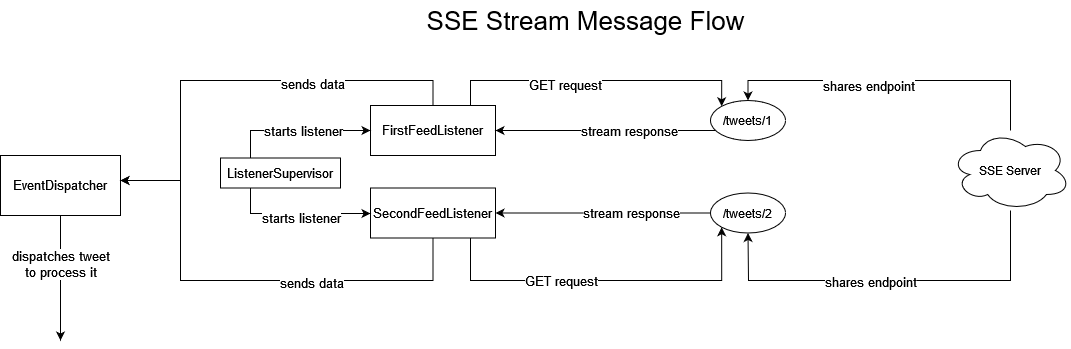
Before: docs/assets/sse_flow_diagram.png, a diagram exported from draw.io (dcambur/rtp_tweet_processor). Source tidied: cells renumbered, new cells last; positions are measured from the earlier drawing's top-left corner, leaving out a move shared by most shapes.
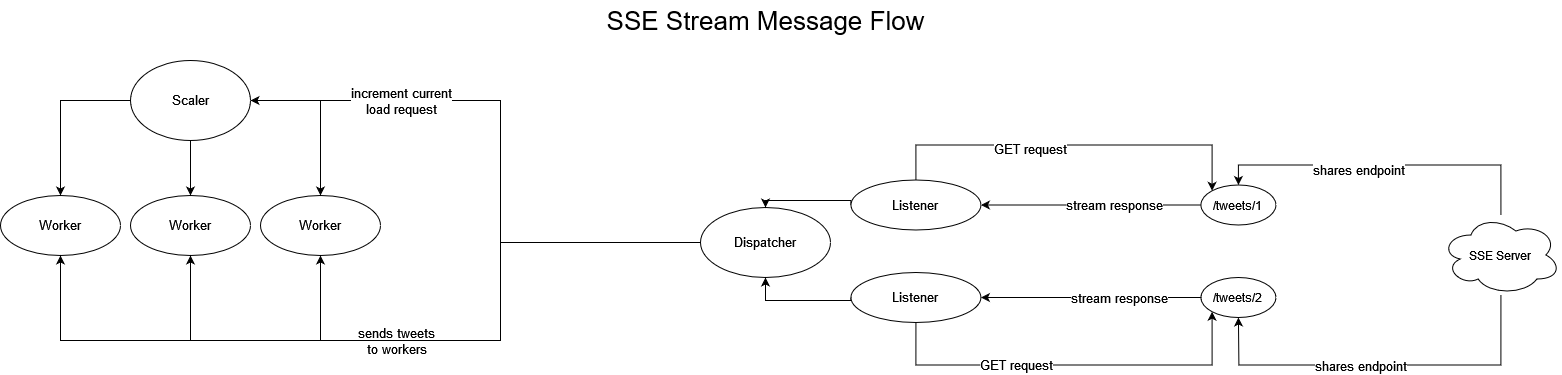
Above is the later version.

Commit message:
third version of the tree and message flow diagrams

Diff of the diagram source:
```diff
@@ -2,18 +2,15 @@
   <root>
     <mxCell id="0" />
     <mxCell id="1" parent="0" />
-    <mxCell id="2" style="edgeStyle=orthogonalEdgeStyle;rounded=0;jettySize=auto;html=1;fontSize=13;" parent="1" edge="1" source="15" target="12">
-      <mxGeometry relative="1" as="geometry">
-        <Array as="points">
-          <mxPoint x="433" y="80" />
-          <mxPoint x="180" y="80" />
-          <mxPoint x="180" y="180" />
-        </Array>
-      </mxGeometry>
-    </mxCell>
-    <mxCell id="3" value="sends data " style="edgeLabel;html=1;align=center;verticalAlign=middle;fontSize=13;" parent="2" vertex="1">
-      <mxGeometry x="-0.33" y="3" relative="1" as="geometry" />
-    </mxCell>
+    <mxCell id="32" value="Worker" style="ellipse;whiteSpace=wrap;html=1;fontSize=13;rounded=0;" parent="1" vertex="1">
+      <mxGeometry x="-490.4" y="110.5" width="120" height="60" as="geometry" />
+    </mxCell>
+    <mxCell id="33" value="Worker" style="ellipse;whiteSpace=wrap;html=1;fontSize=13;rounded=0;" parent="1" vertex="1">
+      <mxGeometry x="-230.4" y="110.5" width="120" height="60" as="geometry" />
+    </mxCell>
+    <mxCell id="34" value="Worker" style="ellipse;whiteSpace=wrap;html=1;fontSize=13;rounded=0;" parent="1" vertex="1">
+      <mxGeometry x="-360.4" y="110.5" width="120" height="60" as="geometry" />
+    </mxCell>
     <mxCell id="4" style="edgeStyle=orthogonalEdgeStyle;rounded=0;jettySize=auto;html=1;fontSize=13;" parent="1" edge="1" source="8" target="18">
       <mxGeometry relative="1" as="geometry">
         <Array as="points">
@@ -22,9 +19,9 @@
         </Array>
       </mxGeometry>
     </mxCell>
-    <mxCell id="5" value="shares endpoint" style="edgeLabel;html=1;align=center;verticalAlign=middle;fontSize=13;" parent="4" vertex="1">
-      <mxGeometry x="0.16" y="5" relative="1" as="geometry" />
-    </mxCell>
+    <mxCell id="35" value="shares endpoint" style="edgeLabel;html=1;align=center;verticalAlign=middle;fontSize=13;" parent="4" vertex="1">
+      <mxGeometry x="0.16" y="5" relative="1" as="geometry" />
+    </mxCell>
     <mxCell id="6" style="edgeStyle=orthogonalEdgeStyle;rounded=0;jettySize=auto;html=1;fontSize=13;" parent="1" edge="1" source="8" target="26">
       <mxGeometry relative="1" as="geometry">
         <Array as="points">
@@ -33,128 +30,132 @@
         </Array>
       </mxGeometry>
     </mxCell>
-    <mxCell id="7" value="shares endpoint" style="edgeLabel;html=1;align=center;verticalAlign=middle;fontSize=13;" parent="6" vertex="1">
-      <mxGeometry x="0.11" y="1" relative="1" as="geometry" />
-    </mxCell>
+    <mxCell id="36" value="shares endpoint" style="edgeLabel;html=1;align=center;verticalAlign=middle;fontSize=13;" parent="6" vertex="1">
+      <mxGeometry x="0.11" y="1" relative="1" as="geometry" />
+    </mxCell>
     <mxCell id="8" value="SSE Server" style="ellipse;shape=cloud;whiteSpace=wrap;html=1;" parent="1" vertex="1">
       <mxGeometry x="950" y="130" width="120" height="80" as="geometry" />
     </mxCell>
     <mxCell id="9" value="SSE Stream Message Flow" style="text;html=1;align=center;verticalAlign=middle;strokeColor=none;fillColor=none;fontSize=26;" parent="1" vertex="1">
-      <mxGeometry x="420" width="330" height="40" as="geometry" />
+      <mxGeometry x="109.6" y="-84.5" width="330" height="40" as="geometry" />
     </mxCell>
-    <mxCell id="10" style="edgeStyle=orthogonalEdgeStyle;rounded=0;jettySize=auto;html=1;fontSize=13;" parent="1" edge="1" source="12">
-      <mxGeometry relative="1" as="geometry">
-        <mxPoint x="60" y="340" as="targetPoint" />
-      </mxGeometry>
-    </mxCell>
-    <mxCell id="11" value="&lt;div&gt;dispatches tweet &lt;br&gt;&lt;/div&gt;&lt;div&gt;to process it&lt;/div&gt;" style="edgeLabel;html=1;align=center;verticalAlign=middle;fontSize=13;" parent="10" vertex="1">
-      <mxGeometry x="-0.23" y="-1" relative="1" as="geometry" />
-    </mxCell>
-    <mxCell id="12" value="&lt;font style=&quot;font-size: 13px;&quot;&gt;EventDispatcher&lt;/font&gt;" style="rounded=0;whiteSpace=wrap;html=1;fontSize=13;" parent="1" vertex="1">
-      <mxGeometry y="155" width="120" height="60" as="geometry" />
-    </mxCell>
-    <mxCell id="13" style="edgeStyle=orthogonalEdgeStyle;rounded=0;jettySize=auto;html=1;entryX=0;entryY=0;entryDx=0;entryDy=0;fontSize=13;" parent="1" edge="1" source="15" target="18">
-      <mxGeometry relative="1" as="geometry">
-        <Array as="points">
-          <mxPoint x="470" y="80" />
-          <mxPoint x="721" y="80" />
-        </Array>
-      </mxGeometry>
-    </mxCell>
+    <mxCell id="37" style="edgeStyle=orthogonalEdgeStyle;rounded=0;jettySize=auto;html=1;fontSize=13;" parent="1" edge="1" target="34">
+      <mxGeometry relative="1" as="geometry">
+        <mxPoint x="-0.4" y="255.5" as="sourcePoint" />
+      </mxGeometry>
+    </mxCell>
+    <mxCell id="38" value="sends tweets &lt;br&gt;to workers" style="edgeLabel;html=1;align=center;verticalAlign=middle;fontSize=13;" parent="37" vertex="1">
+      <mxGeometry x="-0.23" y="-1" relative="1" as="geometry">
+        <mxPoint x="54" y="1" as="offset" />
+      </mxGeometry>
+    </mxCell>
+    <mxCell id="39" style="edgeStyle=orthogonalEdgeStyle;rounded=0;jettySize=auto;html=1;fontSize=13;" parent="1" edge="1" target="33">
+      <mxGeometry relative="1" as="geometry">
+        <mxPoint x="-0.4" y="255.5" as="sourcePoint" />
+      </mxGeometry>
+    </mxCell>
+    <mxCell id="40" style="edgeStyle=orthogonalEdgeStyle;rounded=0;jettySize=auto;html=1;fontSize=13;exitX=0;exitY=0.5;exitDx=0;exitDy=0;" parent="1" edge="1" source="49" target="32">
+      <mxGeometry relative="1" as="geometry">
+        <Array as="points">
+          <mxPoint x="9.6" y="255.5" />
+          <mxPoint x="-430.4" y="255.5" />
+        </Array>
+      </mxGeometry>
+    </mxCell>
+    <mxCell id="41" style="edgeStyle=orthogonalEdgeStyle;rounded=0;jettySize=auto;html=1;entryX=0;entryY=0;entryDx=0;entryDy=0;fontSize=13;exitX=0.5;exitY=0;exitDx=0;exitDy=0;" parent="1" edge="1" source="51" target="18">
+      <mxGeometry relative="1" as="geometry">
+        <Array as="points">
+          <mxPoint x="425" y="60" />
+          <mxPoint x="721" y="60" />
+        </Array>
+      </mxGeometry>
+    </mxCell>
-    <mxCell id="14" value="GET request" style="edgeLabel;html=1;align=center;verticalAlign=middle;fontSize=13;" parent="13" vertex="1">
+    <mxCell id="14" value="GET request" style="edgeLabel;html=1;align=center;verticalAlign=middle;fontSize=13;" parent="41" vertex="1">
       <mxGeometry x="-0.21" y="-4" relative="1" as="geometry" />
     </mxCell>
-    <mxCell id="15" value="FirstFeedListener" style="whiteSpace=wrap;html=1;fontSize=13;rounded=0;" parent="1" vertex="1">
-      <mxGeometry x="370" y="105" width="125" height="50" as="geometry" />
-    </mxCell>
-    <mxCell id="16" style="edgeStyle=orthogonalEdgeStyle;rounded=0;jettySize=auto;html=1;fontSize=13;" parent="1" edge="1" source="18" target="15">
-      <mxGeometry relative="1" as="geometry">
-        <Array as="points">
-          <mxPoint x="570" y="130" />
-          <mxPoint x="570" y="130" />
-        </Array>
-      </mxGeometry>
-    </mxCell>
-    <mxCell id="17" value="stream response" style="edgeLabel;html=1;align=center;verticalAlign=middle;fontSize=13;" parent="16" vertex="1">
-      <mxGeometry x="-0.21" y="2" relative="1" as="geometry">
-        <mxPoint y="-2" as="offset" />
-      </mxGeometry>
-    </mxCell>
+    <mxCell id="42" style="edgeStyle=orthogonalEdgeStyle;rounded=0;jettySize=auto;html=1;fontSize=13;" parent="1" edge="1" source="18" target="51">
+      <mxGeometry relative="1" as="geometry" />
+    </mxCell>
+    <mxCell id="43" value="stream response" style="edgeLabel;html=1;align=center;verticalAlign=middle;fontSize=13;" parent="42" vertex="1">
+      <mxGeometry x="-0.21" y="2" relative="1" as="geometry">
+        <mxPoint y="-2" as="offset" />
+      </mxGeometry>
+    </mxCell>
     <mxCell id="18" value="/tweets/1" style="ellipse;whiteSpace=wrap;html=1;" parent="1" vertex="1">
       <mxGeometry x="710" y="100" width="75" height="40" as="geometry" />
     </mxCell>
-    <mxCell id="19" style="edgeStyle=orthogonalEdgeStyle;rounded=0;jettySize=auto;html=1;fontSize=13;" parent="1" edge="1" source="23" target="12">
-      <mxGeometry relative="1" as="geometry">
-        <Array as="points">
-          <mxPoint x="433" y="280" />
-          <mxPoint x="180" y="280" />
-          <mxPoint x="180" y="180" />
-        </Array>
-      </mxGeometry>
-    </mxCell>
-    <mxCell id="20" value="sends data" style="edgeLabel;html=1;align=center;verticalAlign=middle;fontSize=13;" parent="19" vertex="1">
-      <mxGeometry x="0.06" y="2" relative="1" as="geometry">
-        <mxPoint x="75" as="offset" />
-      </mxGeometry>
-    </mxCell>
-    <mxCell id="21" style="edgeStyle=orthogonalEdgeStyle;rounded=0;jettySize=auto;html=1;entryX=0;entryY=1;entryDx=0;entryDy=0;fontSize=13;" parent="1" edge="1" source="23" target="26">
-      <mxGeometry relative="1" as="geometry">
-        <Array as="points">
-          <mxPoint x="470" y="280" />
-          <mxPoint x="721" y="280" />
-        </Array>
-      </mxGeometry>
-    </mxCell>
+    <mxCell id="44" style="edgeStyle=orthogonalEdgeStyle;rounded=0;jettySize=auto;html=1;entryX=0;entryY=1;entryDx=0;entryDy=0;fontSize=13;exitX=0.5;exitY=1;exitDx=0;exitDy=0;" parent="1" edge="1" source="53" target="26">
+      <mxGeometry relative="1" as="geometry">
+        <Array as="points">
+          <mxPoint x="425" y="280" />
+          <mxPoint x="721" y="280" />
+        </Array>
+      </mxGeometry>
+    </mxCell>
-    <mxCell id="22" value="&lt;div&gt;GET request&lt;/div&gt;" style="edgeLabel;html=1;align=center;verticalAlign=middle;fontSize=13;" parent="21" vertex="1">
+    <mxCell id="22" value="&lt;div&gt;GET request&lt;/div&gt;" style="edgeLabel;html=1;align=center;verticalAlign=middle;fontSize=13;" parent="44" vertex="1">
       <mxGeometry x="-0.55" y="-5" relative="1" as="geometry">
         <mxPoint x="54" y="-5" as="offset" />
       </mxGeometry>
     </mxCell>
-    <mxCell id="23" value="SecondFeedListener" style="whiteSpace=wrap;html=1;fontSize=13;rounded=0;" parent="1" vertex="1">
-      <mxGeometry x="370" y="187.5" width="125" height="50" as="geometry" />
-    </mxCell>
-    <mxCell id="24" style="edgeStyle=orthogonalEdgeStyle;rounded=0;jettySize=auto;html=1;fontSize=13;" parent="1" edge="1" source="26" target="23">
-      <mxGeometry relative="1" as="geometry">
-        <Array as="points">
-          <mxPoint x="538" y="213" />
-          <mxPoint x="538" y="213" />
-        </Array>
-      </mxGeometry>
-    </mxCell>
-    <mxCell id="25" value="stream response" style="edgeLabel;html=1;align=center;verticalAlign=middle;fontSize=13;" parent="24" vertex="1">
-      <mxGeometry x="-0.21" relative="1" as="geometry">
-        <mxPoint x="5" as="offset" />
-      </mxGeometry>
-    </mxCell>
+    <mxCell id="45" style="edgeStyle=orthogonalEdgeStyle;rounded=0;jettySize=auto;html=1;fontSize=13;entryX=1;entryY=0.5;entryDx=0;entryDy=0;" parent="1" edge="1" source="26" target="53">
+      <mxGeometry relative="1" as="geometry" />
+    </mxCell>
+    <mxCell id="46" value="stream response" style="edgeLabel;html=1;align=center;verticalAlign=middle;fontSize=13;" parent="45" vertex="1">
+      <mxGeometry x="-0.21" relative="1" as="geometry">
+        <mxPoint x="5" as="offset" />
+      </mxGeometry>
+    </mxCell>
     <mxCell id="26" value="/tweets/2" style="ellipse;whiteSpace=wrap;html=1;" parent="1" vertex="1">
       <mxGeometry x="710" y="192.5" width="75" height="40" as="geometry" />
     </mxCell>
-    <mxCell id="27" style="edgeStyle=orthogonalEdgeStyle;rounded=0;jettySize=auto;html=1;entryX=0;entryY=0.5;entryDx=0;entryDy=0;fontSize=13;" parent="1" edge="1" source="31" target="15">
-      <mxGeometry relative="1" as="geometry">
-        <Array as="points">
-          <mxPoint x="250" y="130" />
-        </Array>
-      </mxGeometry>
-    </mxCell>
-    <mxCell id="28" value="starts listener" style="edgeLabel;html=1;align=center;verticalAlign=middle;fontSize=13;" parent="27" vertex="1">
-      <mxGeometry x="-0.06" y="-2" relative="1" as="geometry">
-        <mxPoint x="11" y="-2" as="offset" />
-      </mxGeometry>
-    </mxCell>
-    <mxCell id="29" style="edgeStyle=orthogonalEdgeStyle;rounded=0;jettySize=auto;html=1;fontSize=13;" parent="1" edge="1" source="31" target="23">
-      <mxGeometry relative="1" as="geometry">
-        <Array as="points">
-          <mxPoint x="250" y="213" />
-        </Array>
-      </mxGeometry>
-    </mxCell>
-    <mxCell id="30" value="starts listener" style="edgeLabel;html=1;align=center;verticalAlign=middle;fontSize=13;" parent="29" vertex="1">
-      <mxGeometry x="-0.21" y="-4" relative="1" as="geometry">
-        <mxPoint x="19" as="offset" />
-      </mxGeometry>
-    </mxCell>
-    <mxCell id="31" value="ListenerSupervisor" style="rounded=0;whiteSpace=wrap;html=1;fontSize=13;" parent="1" vertex="1">
-      <mxGeometry x="220" y="157.5" width="120" height="30" as="geometry" />
-    </mxCell>
+    <mxCell id="47" style="edgeStyle=orthogonalEdgeStyle;rounded=0;jettySize=auto;html=1;entryX=1;entryY=0.5;entryDx=0;entryDy=0;fontSize=13;exitX=0;exitY=0.5;exitDx=0;exitDy=0;" parent="1" edge="1" source="49" target="57">
+      <mxGeometry relative="1" as="geometry">
+        <Array as="points">
+          <mxPoint x="9.6" y="15.5" />
+        </Array>
+      </mxGeometry>
+    </mxCell>
+    <mxCell id="48" value="increment current &lt;br&gt;load request" style="edgeLabel;html=1;align=center;verticalAlign=middle;fontSize=13;" parent="47" vertex="1">
+      <mxGeometry x="0.11" y="-2" relative="1" as="geometry">
+        <mxPoint x="-102" y="-14" as="offset" />
+      </mxGeometry>
+    </mxCell>
+    <mxCell id="49" value="Dispatcher" style="ellipse;whiteSpace=wrap;html=1;fontSize=13;" parent="1" vertex="1">
+      <mxGeometry x="209.6" y="122.5" width="130" height="70" as="geometry" />
+    </mxCell>
+    <mxCell id="50" style="edgeStyle=orthogonalEdgeStyle;rounded=0;jettySize=auto;html=1;entryX=0.5;entryY=0;entryDx=0;entryDy=0;fontSize=13;exitX=0;exitY=0.5;exitDx=0;exitDy=0;" parent="1" edge="1" source="51" target="49">
+      <mxGeometry relative="1" as="geometry">
+        <Array as="points">
+          <mxPoint x="359.6" y="115.5" />
+          <mxPoint x="274.6" y="115.5" />
+        </Array>
+      </mxGeometry>
+    </mxCell>
+    <mxCell id="51" value="Listener" style="ellipse;whiteSpace=wrap;html=1;fontSize=13;" parent="1" vertex="1">
+      <mxGeometry x="360" y="95" width="130" height="50" as="geometry" />
+    </mxCell>
+    <mxCell id="52" style="edgeStyle=orthogonalEdgeStyle;rounded=0;jettySize=auto;html=1;entryX=0.5;entryY=1;entryDx=0;entryDy=0;fontSize=13;exitX=0;exitY=0.5;exitDx=0;exitDy=0;" parent="1" edge="1" source="53" target="49">
+      <mxGeometry relative="1" as="geometry">
+        <Array as="points">
+          <mxPoint x="359.6" y="215.5" />
+          <mxPoint x="274.6" y="215.5" />
+        </Array>
+      </mxGeometry>
+    </mxCell>
+    <mxCell id="53" value="Listener" style="ellipse;whiteSpace=wrap;html=1;fontSize=13;" parent="1" vertex="1">
+      <mxGeometry x="360" y="187.5" width="130" height="50" as="geometry" />
+    </mxCell>
+    <mxCell id="54" style="edgeStyle=orthogonalEdgeStyle;rounded=0;jettySize=auto;html=1;fontSize=13;" parent="1" edge="1" source="57" target="32">
+      <mxGeometry relative="1" as="geometry" />
+    </mxCell>
+    <mxCell id="55" style="edgeStyle=orthogonalEdgeStyle;rounded=0;jettySize=auto;html=1;fontSize=13;" parent="1" edge="1" source="57" target="34">
+      <mxGeometry relative="1" as="geometry" />
+    </mxCell>
+    <mxCell id="56" style="edgeStyle=orthogonalEdgeStyle;rounded=0;jettySize=auto;html=1;fontSize=13;" parent="1" edge="1" source="57" target="33">
+      <mxGeometry relative="1" as="geometry" />
+    </mxCell>
+    <mxCell id="57" value="Scaler" style="ellipse;whiteSpace=wrap;html=1;fontSize=13;" parent="1" vertex="1">
+      <mxGeometry x="-360.4" y="-24.5" width="120" height="80" as="geometry" />
+    </mxCell>
   </root>
 </mxGraphModel>
```
